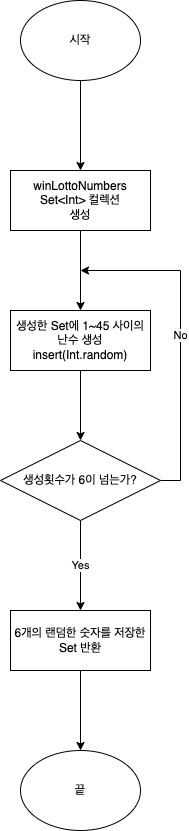
The draw.io diagram Lotto.png in yagom-academy/swift-starter-Round2, before a commit. Source tidied: cells renumbered, new cells last; positions are measured from the earlier drawing's top-left corner, leaving out a move shared by most shapes.
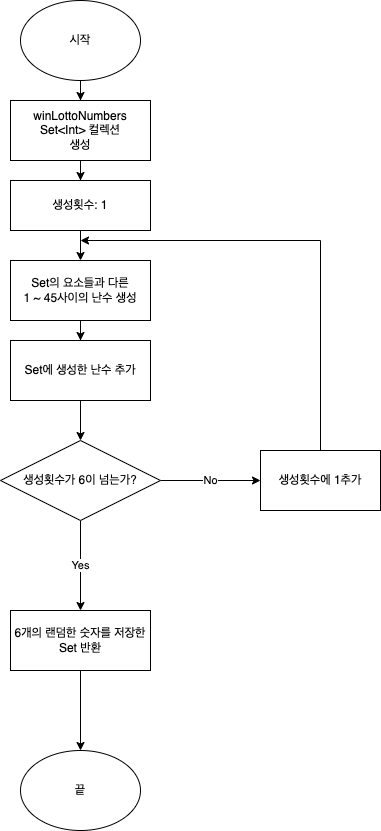
Above is the later version.

What changed in the source:
```diff
@@ -11,32 +11,26 @@
     <mxCell id="4" value="끝" style="ellipse;whiteSpace=wrap;html=1;" parent="1" vertex="1">
       <mxGeometry x="20" y="750" width="120" height="80" as="geometry" />
     </mxCell>
-    <mxCell id="5" style="edgeStyle=orthogonalEdgeStyle;rounded=0;jettySize=auto;html=1;" parent="1" edge="1" source="6" target="8">
-      <mxGeometry relative="1" as="geometry" />
-    </mxCell>
+    <mxCell id="14" style="edgeStyle=orthogonalEdgeStyle;rounded=0;jettySize=auto;html=1;" parent="1" edge="1" source="6" target="19">
+      <mxGeometry relative="1" as="geometry" />
+    </mxCell>
     <mxCell id="6" value="winLottoNumbers&lt;br&gt;Set&amp;lt;Int&amp;gt; 컬렉션&lt;br&gt;생성" style="whiteSpace=wrap;html=1;" parent="1" vertex="1">
-      <mxGeometry x="10" y="170" width="140" height="60" as="geometry" />
+      <mxGeometry x="10" y="100" width="140" height="60" as="geometry" />
     </mxCell>
-    <mxCell id="7" style="edgeStyle=orthogonalEdgeStyle;rounded=0;jettySize=auto;html=1;" parent="1" edge="1" source="8" target="11">
-      <mxGeometry relative="1" as="geometry" />
-    </mxCell>
+    <mxCell id="15" style="edgeStyle=orthogonalEdgeStyle;rounded=0;jettySize=auto;html=1;" parent="1" edge="1" source="8" target="17">
+      <mxGeometry relative="1" as="geometry" />
+    </mxCell>
-    <mxCell id="8" value="생성한 Set에 1~45 사이의 난수 생성&lt;br&gt;insert(Int.random)" style="whiteSpace=wrap;html=1;" parent="1" vertex="1">
-      <mxGeometry x="10" y="310" width="140" height="60" as="geometry" />
+    <mxCell id="8" value="Set의 요소들과 다른&lt;br&gt;1 ~ 45사이의 난수 생성" style="whiteSpace=wrap;html=1;" parent="1" vertex="1">
+      <mxGeometry x="10" y="260" width="140" height="60" as="geometry" />
     </mxCell>
+    <mxCell id="10" value="Yes" style="edgeStyle=orthogonalEdgeStyle;rounded=0;jettySize=auto;html=1;" parent="1" edge="1" source="11">
+      <mxGeometry relative="1" as="geometry">
+        <mxPoint x="80" y="610" as="targetPoint" />
+      </mxGeometry>
+    </mxCell>
-    <mxCell id="9" value="No" style="edgeStyle=orthogonalEdgeStyle;rounded=0;jettySize=auto;html=1;exitX=1;exitY=0.5;exitDx=0;exitDy=0;" parent="1" edge="1" source="11">
-      <mxGeometry relative="1" as="geometry">
-        <mxPoint x="80" y="270" as="targetPoint" />
-        <Array as="points">
-          <mxPoint x="180" y="480" />
-          <mxPoint x="180" y="270" />
-        </Array>
-      </mxGeometry>
+    <mxCell id="9" value="No" style="edgeStyle=orthogonalEdgeStyle;rounded=0;jettySize=auto;html=1;" parent="1" edge="1" source="11" target="21">
+      <mxGeometry relative="1" as="geometry" />
     </mxCell>
-    <mxCell id="10" value="Yes" style="edgeStyle=orthogonalEdgeStyle;rounded=0;jettySize=auto;html=1;" parent="1" edge="1" source="11">
-      <mxGeometry relative="1" as="geometry">
-        <mxPoint x="80" y="610" as="targetPoint" />
-      </mxGeometry>
-    </mxCell>
     <mxCell id="11" value="생성횟수가 6이 넘는가?" style="rhombus;whiteSpace=wrap;html=1;" parent="1" vertex="1">
       <mxGeometry y="440" width="160" height="80" as="geometry" />
     </mxCell>
@@ -46,5 +40,30 @@
     <mxCell id="13" value="6개의 랜덤한 숫자를 저장한&lt;br&gt;Set 반환" style="whiteSpace=wrap;html=1;" parent="1" vertex="1">
       <mxGeometry x="10" y="610" width="140" height="60" as="geometry" />
     </mxCell>
+    <mxCell id="16" style="edgeStyle=orthogonalEdgeStyle;rounded=0;jettySize=auto;html=1;exitX=0.5;exitY=1;exitDx=0;exitDy=0;entryX=0.5;entryY=0;entryDx=0;entryDy=0;" parent="1" edge="1" source="17" target="11">
+      <mxGeometry relative="1" as="geometry" />
+    </mxCell>
+    <mxCell id="17" value="Set에 생성한 난수 추가" style="whiteSpace=wrap;html=1;" parent="1" vertex="1">
+      <mxGeometry x="10" y="340" width="140" height="60" as="geometry" />
+    </mxCell>
+    <mxCell id="18" style="edgeStyle=orthogonalEdgeStyle;rounded=0;jettySize=auto;html=1;exitX=0.5;exitY=1;exitDx=0;exitDy=0;" parent="1" edge="1" source="19">
+      <mxGeometry relative="1" as="geometry">
+        <mxPoint x="80" y="260" as="targetPoint" />
+      </mxGeometry>
+    </mxCell>
+    <mxCell id="19" value="생성횟수: 1" style="whiteSpace=wrap;html=1;" parent="1" vertex="1">
+      <mxGeometry x="10" y="180" width="140" height="50" as="geometry" />
+    </mxCell>
+    <mxCell id="20" style="edgeStyle=orthogonalEdgeStyle;rounded=0;jettySize=auto;html=1;exitX=0.5;exitY=0;exitDx=0;exitDy=0;" parent="1" edge="1" source="21">
+      <mxGeometry relative="1" as="geometry">
+        <mxPoint x="80" y="240" as="targetPoint" />
+        <Array as="points">
+          <mxPoint x="320" y="240" />
+        </Array>
+      </mxGeometry>
+    </mxCell>
+    <mxCell id="21" value="생성횟수에 1추가" style="whiteSpace=wrap;html=1;" parent="1" vertex="1">
+      <mxGeometry x="260" y="450" width="120" height="60" as="geometry" />
+    </mxCell>
   </root>
 </mxGraphModel>
```
